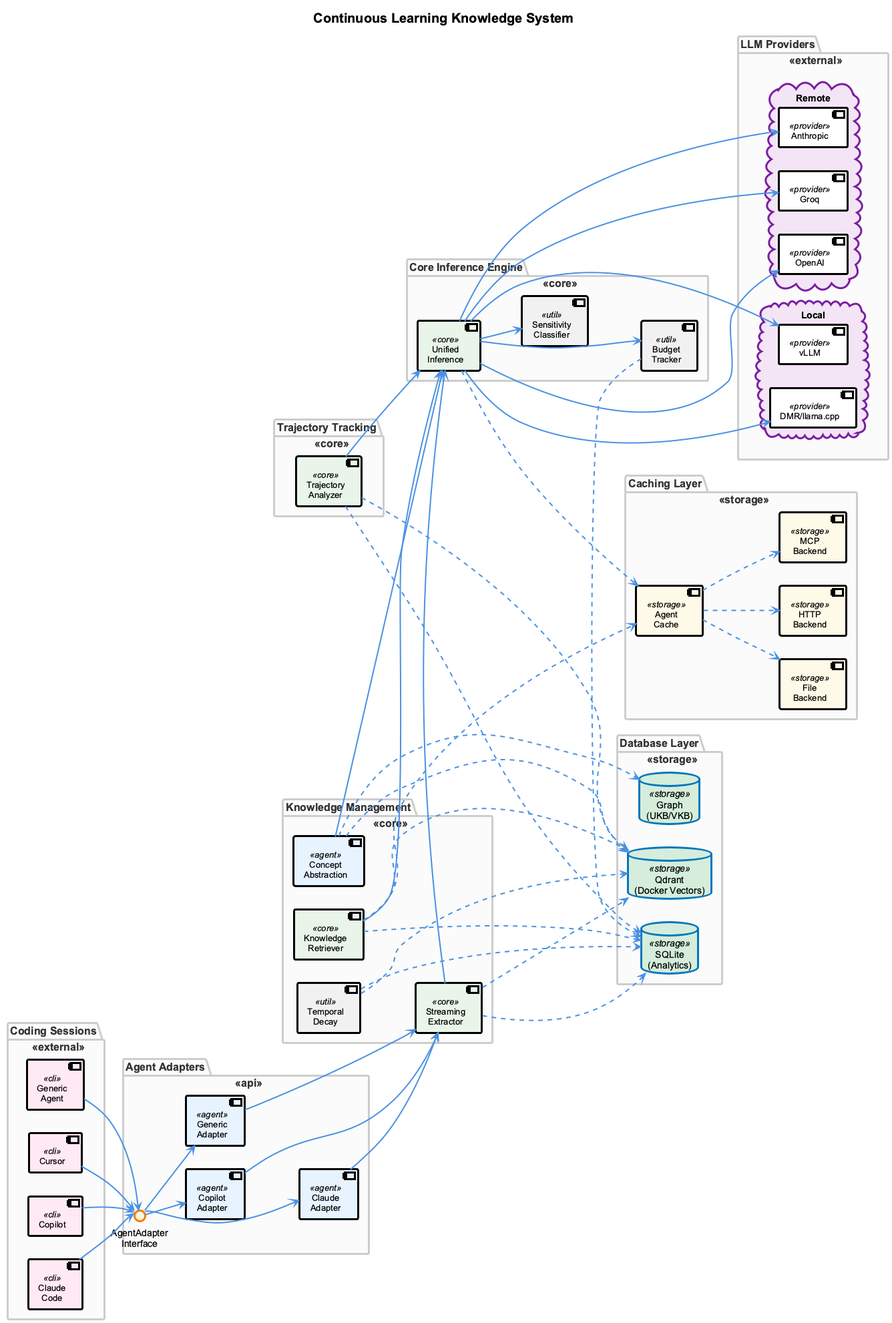
Before: docs/presentation/images/continuous-learning-architecture.png, a diagram exported from PlantUML (fwornle/coding).
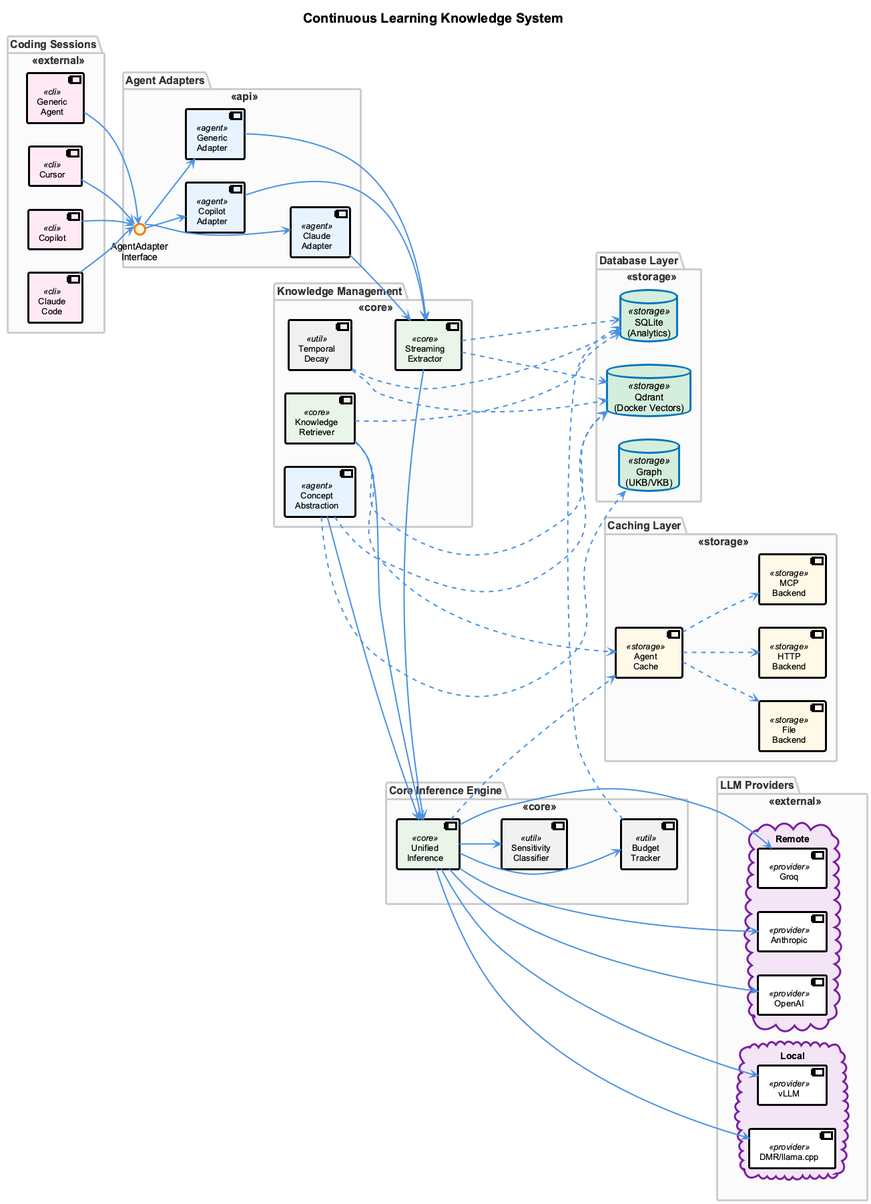
Above is the later version.

Commit message:
docs(puml): scrub trajectory references from presentation/ diagrams (Phase E)

What changed in the source:
```diff
@@ -37,10 +37,6 @@
   component "Unified\nInference" as ENGINE <<core>>
   component "Budget\nTracker" as BUDGET <<util>>
   component "Sensitivity\nClassifier" as SENS <<util>>
-}
-
-package "Trajectory Tracking" <<core>> {
-  component "Trajectory\nAnalyzer" as TRAJ <<core>>
 }
 
 package "Caching Layer" <<storage>> {
@@ -91,7 +87,6 @@
 COPILOT -[hidden]down-> ADAPTER_API
 CPA -[hidden]down-> CA
 RETRIEVER -[hidden]down-> EXTRACTOR
-TRAJ -[hidden]down-> ENGINE
 SENS -[hidden]down-> BUDGET
 
 CLAUDE --> ADAPTER_API
@@ -110,7 +105,6 @@
 EXTRACTOR --> ENGINE
 RETRIEVER --> ENGINE
 CONCEPT --> ENGINE
-TRAJ --> ENGINE
 
 ENGINE --> BUDGET
 ENGINE --> SENS
@@ -129,8 +123,6 @@
 DECAY ..> QDRANT
 DECAY ..> SQLITE
 BUDGET ..> SQLITE
-TRAJ ..> QDRANT
-TRAJ ..> SQLITE
 
 ENGINE ..> CACHE
 RETRIEVER ..> CACHE
```
